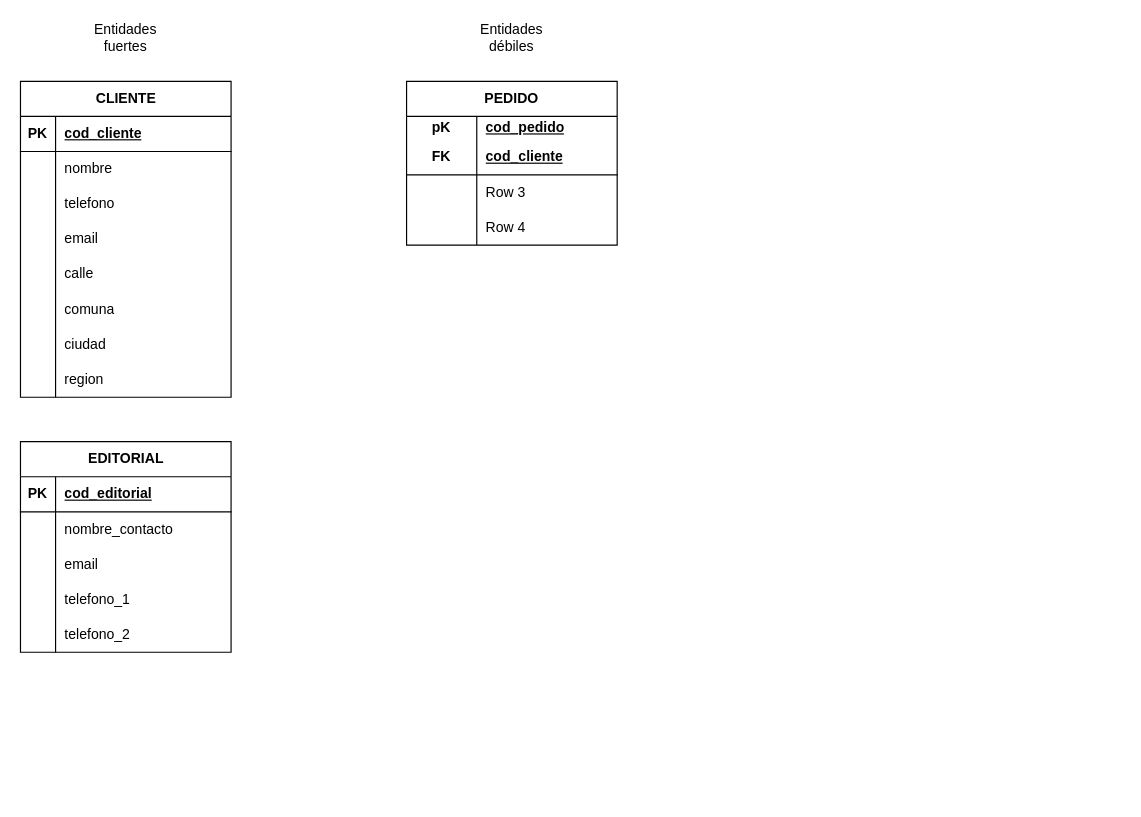
The draw.io diagram page "Modelo Lógico" (2 of 2) of ClubDelLibro.drawio in ivazquez-07/database-modeller-excersises, before the edit. Source tidied: cells renumbered, new cells numbered last; positions are measured from the earlier drawing's top-left corner, leaving out a move shared by most shapes. Both pictures are drawn from the tidied source at 117%, with x=0, y=0 at pixel (20, 20).
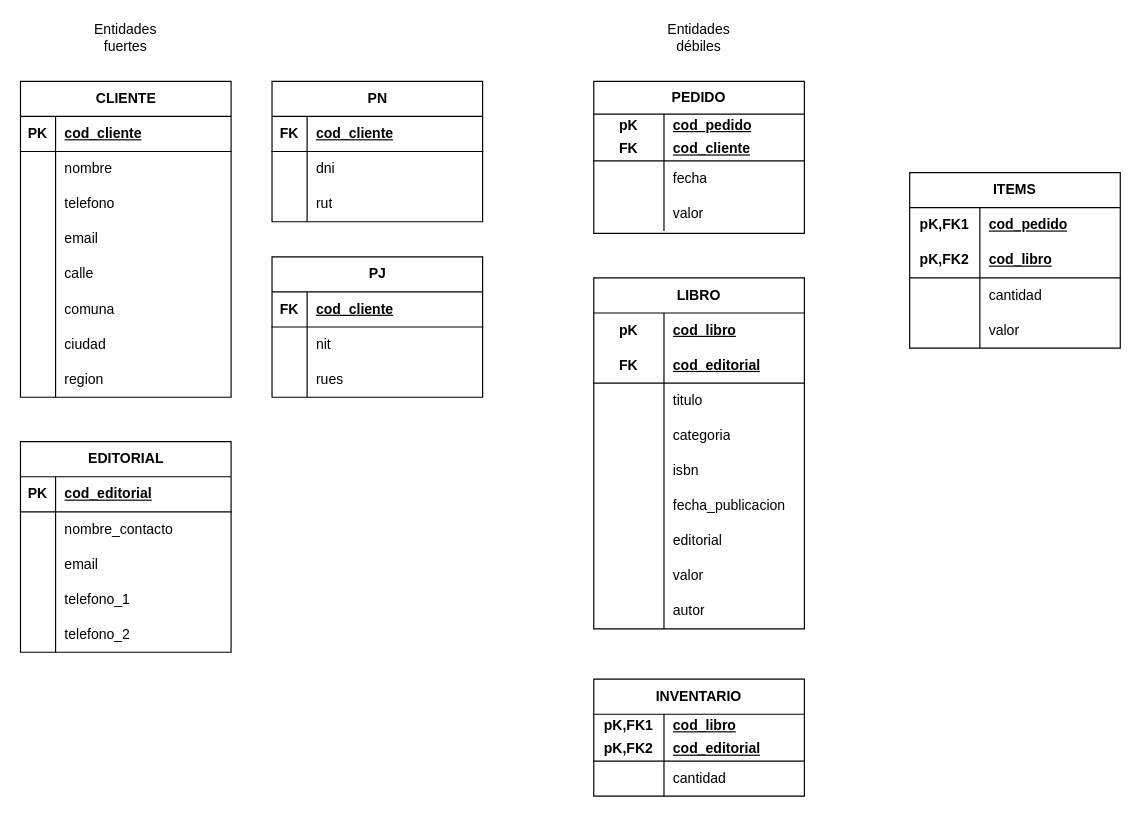
After the change.

The edit, as a diff of the source:
```diff
@@
-    <mxCell id="44" value="PEDIDO" style="shape=table;startSize=30;childLayout=tableLayout;rowLines=0;fontStyle=1;align=center;html=1;whiteSpace=wrap;" parent="1" vertex="1">
-      <mxGeometry x="330" y="52" width="180" height="140" as="geometry" />
+    <mxCell id="44" value="PEDIDO" style="shape=table;startSize=28;childLayout=tableLayout;rowLines=0;fontStyle=1;align=center;html=1;whiteSpace=wrap;" parent="1" vertex="1">
+      <mxGeometry x="490" y="52" width="180" height="130" as="geometry" />
     </mxCell>
     <mxCell id="45" style="shape=tableRow;horizontal=0;startSize=0;swimlaneHead=0;swimlaneBody=0;fillColor=none;top=0;left=0;right=0;bottom=0;html=1;" parent="44" vertex="1">
-      <mxGeometry y="30" width="180" height="20" as="geometry" />
+      <mxGeometry y="28" width="180" height="20" as="geometry" />
     </mxCell>
@@
     <mxCell id="48" style="shape=tableRow;horizontal=0;startSize=0;swimlaneHead=0;swimlaneBody=0;fillColor=none;top=0;left=0;right=0;bottom=1;html=1;" parent="44" vertex="1">
-      <mxGeometry y="50" width="180" height="30" as="geometry" />
+      <mxGeometry y="48" width="180" height="20" as="geometry" />
     </mxCell>
     <mxCell id="49" value="FK" style="shape=partialRectangle;fillColor=none;top=0;left=0;bottom=0;right=0;fontStyle=1;overflow=hidden;html=1;whiteSpace=wrap;" parent="48" vertex="1">
-      <mxGeometry width="60" height="30" as="geometry" />
+      <mxGeometry width="60" height="20" as="geometry" />
     </mxCell>
     <mxCell id="50" value="cod_cliente" style="shape=partialRectangle;fillColor=none;top=0;left=0;bottom=0;right=0;align=left;spacingLeft=6;fontStyle=5;overflow=hidden;html=1;whiteSpace=wrap;" parent="48" vertex="1">
-      <mxGeometry x="60" width="120" height="30" as="geometry" />
+      <mxGeometry x="60" width="120" height="20" as="geometry" />
     </mxCell>
     <mxCell id="51" style="shape=tableRow;horizontal=0;startSize=0;swimlaneHead=0;swimlaneBody=0;fillColor=none;top=0;left=0;right=0;bottom=0;html=1;" parent="44" vertex="1">
-      <mxGeometry y="80" width="180" height="30" as="geometry" />
+      <mxGeometry y="68" width="180" height="30" as="geometry" />
     </mxCell>
@@
-    <mxCell id="53" value="Row 3" style="shape=partialRectangle;fillColor=none;top=0;left=0;bottom=0;right=0;align=left;spacingLeft=6;overflow=hidden;html=1;whiteSpace=wrap;" parent="51" vertex="1">
+    <mxCell id="53" value="fecha" style="shape=partialRectangle;fillColor=none;top=0;left=0;bottom=0;right=0;align=left;spacingLeft=6;overflow=hidden;html=1;whiteSpace=wrap;" parent="51" vertex="1">
       <mxGeometry x="60" width="120" height="30" as="geometry" />
     </mxCell>
     <mxCell id="54" style="shape=tableRow;horizontal=0;startSize=0;swimlaneHead=0;swimlaneBody=0;fillColor=none;top=0;left=0;right=0;bottom=0;html=1;" parent="44" vertex="1">
-      <mxGeometry y="110" width="180" height="30" as="geometry" />
+      <mxGeometry y="98" width="180" height="30" as="geometry" />
     </mxCell>
@@
-    <mxCell id="56" value="Row 4" style="shape=partialRectangle;fillColor=none;top=0;left=0;bottom=0;right=0;align=left;spacingLeft=6;overflow=hidden;html=1;whiteSpace=wrap;" parent="54" vertex="1">
+    <mxCell id="56" value="valor" style="shape=partialRectangle;fillColor=none;top=0;left=0;bottom=0;right=0;align=left;spacingLeft=6;overflow=hidden;html=1;whiteSpace=wrap;" parent="54" vertex="1">
       <mxGeometry x="60" width="120" height="30" as="geometry" />
     </mxCell>
     <mxCell id="57" value="Entidades débiles" style="text;html=1;align=center;verticalAlign=middle;whiteSpace=wrap;rounded=0;" parent="1" vertex="1">
-      <mxGeometry x="390" width="60" height="30" as="geometry" />
+      <mxGeometry x="550" width="60" height="30" as="geometry" />
     </mxCell>
+    <mxCell id="58" value="LIBRO" style="shape=table;startSize=30;childLayout=tableLayout;rowLines=0;fontStyle=1;align=center;html=1;whiteSpace=wrap;" parent="1" vertex="1">
+      <mxGeometry x="490" y="220" width="180" height="300" as="geometry" />
+    </mxCell>
+    <mxCell id="59" style="shape=tableRow;horizontal=0;startSize=0;swimlaneHead=0;swimlaneBody=0;fillColor=none;top=0;left=0;right=0;bottom=0;html=1;" parent="58" vertex="1">
+      <mxGeometry y="30" width="180" height="30" as="geometry" />
+    </mxCell>
+    <mxCell id="60" value="pK" style="shape=partialRectangle;fillColor=none;top=0;left=0;bottom=0;right=0;fontStyle=1;overflow=hidden;html=1;whiteSpace=wrap;" parent="59" vertex="1">
+      <mxGeometry width="60" height="30" as="geometry" />
+    </mxCell>
+    <mxCell id="61" value="cod_libro" style="shape=partialRectangle;fillColor=none;top=0;left=0;bottom=0;right=0;align=left;spacingLeft=6;fontStyle=5;overflow=hidden;html=1;whiteSpace=wrap;" parent="59" vertex="1">
+      <mxGeometry x="60" width="120" height="30" as="geometry" />
+    </mxCell>
+    <mxCell id="62" style="shape=tableRow;horizontal=0;startSize=0;swimlaneHead=0;swimlaneBody=0;fillColor=none;top=0;left=0;right=0;bottom=1;html=1;" parent="58" vertex="1">
+      <mxGeometry y="60" width="180" height="30" as="geometry" />
+    </mxCell>
+    <mxCell id="63" value="FK" style="shape=partialRectangle;fillColor=none;top=0;left=0;bottom=0;right=0;fontStyle=1;overflow=hidden;html=1;whiteSpace=wrap;" parent="62" vertex="1">
+      <mxGeometry width="60" height="30" as="geometry" />
+    </mxCell>
+    <mxCell id="64" value="cod_editorial" style="shape=partialRectangle;fillColor=none;top=0;left=0;bottom=0;right=0;align=left;spacingLeft=6;fontStyle=5;overflow=hidden;html=1;whiteSpace=wrap;" parent="62" vertex="1">
+      <mxGeometry x="60" width="120" height="30" as="geometry" />
+    </mxCell>
+    <mxCell id="65" style="shape=tableRow;horizontal=0;startSize=0;swimlaneHead=0;swimlaneBody=0;fillColor=none;top=0;left=0;right=0;bottom=0;html=1;" parent="58" vertex="1">
+      <mxGeometry y="90" width="180" height="30" as="geometry" />
+    </mxCell>
+    <mxCell id="66" style="shape=partialRectangle;fillColor=none;top=0;left=0;bottom=0;right=0;overflow=hidden;html=1;whiteSpace=wrap;" parent="65" vertex="1">
+      <mxGeometry width="60" height="30" as="geometry" />
+    </mxCell>
+    <mxCell id="67" value="titulo" style="shape=partialRectangle;fillColor=none;top=0;left=0;bottom=0;right=0;align=left;spacingLeft=6;overflow=hidden;html=1;whiteSpace=wrap;" parent="65" vertex="1">
+      <mxGeometry x="60" width="120" height="30" as="geometry" />
+    </mxCell>
+    <mxCell id="68" style="shape=tableRow;horizontal=0;startSize=0;swimlaneHead=0;swimlaneBody=0;fillColor=none;top=0;left=0;right=0;bottom=0;html=1;" parent="58" vertex="1">
+      <mxGeometry y="120" width="180" height="30" as="geometry" />
+    </mxCell>
+    <mxCell id="69" style="shape=partialRectangle;fillColor=none;top=0;left=0;bottom=0;right=0;overflow=hidden;html=1;whiteSpace=wrap;" parent="68" vertex="1">
+      <mxGeometry width="60" height="30" as="geometry" />
+    </mxCell>
+    <mxCell id="70" value="categoria" style="shape=partialRectangle;fillColor=none;top=0;left=0;bottom=0;right=0;align=left;spacingLeft=6;overflow=hidden;html=1;whiteSpace=wrap;" parent="68" vertex="1">
+      <mxGeometry x="60" width="120" height="30" as="geometry" />
+    </mxCell>
+    <mxCell id="71" style="shape=tableRow;horizontal=0;startSize=0;swimlaneHead=0;swimlaneBody=0;fillColor=none;top=0;left=0;right=0;bottom=0;html=1;" parent="58" vertex="1">
+      <mxGeometry y="150" width="180" height="30" as="geometry" />
+    </mxCell>
+    <mxCell id="72" style="shape=partialRectangle;fillColor=none;top=0;left=0;bottom=0;right=0;overflow=hidden;html=1;whiteSpace=wrap;" parent="71" vertex="1">
+      <mxGeometry width="60" height="30" as="geometry" />
+    </mxCell>
+    <mxCell id="73" value="isbn" style="shape=partialRectangle;fillColor=none;top=0;left=0;bottom=0;right=0;align=left;spacingLeft=6;overflow=hidden;html=1;whiteSpace=wrap;" parent="71" vertex="1">
+      <mxGeometry x="60" width="120" height="30" as="geometry" />
+    </mxCell>
+    <mxCell id="74" style="shape=tableRow;horizontal=0;startSize=0;swimlaneHead=0;swimlaneBody=0;fillColor=none;top=0;left=0;right=0;bottom=0;html=1;" parent="58" vertex="1">
+      <mxGeometry y="180" width="180" height="30" as="geometry" />
+    </mxCell>
+    <mxCell id="75" style="shape=partialRectangle;fillColor=none;top=0;left=0;bottom=0;right=0;overflow=hidden;html=1;whiteSpace=wrap;" parent="74" vertex="1">
+      <mxGeometry width="60" height="30" as="geometry" />
+    </mxCell>
+    <mxCell id="76" value="fecha_publicacion" style="shape=partialRectangle;fillColor=none;top=0;left=0;bottom=0;right=0;align=left;spacingLeft=6;overflow=hidden;html=1;whiteSpace=wrap;" parent="74" vertex="1">
+      <mxGeometry x="60" width="120" height="30" as="geometry" />
+    </mxCell>
+    <mxCell id="77" style="shape=tableRow;horizontal=0;startSize=0;swimlaneHead=0;swimlaneBody=0;fillColor=none;top=0;left=0;right=0;bottom=0;html=1;" parent="58" vertex="1">
+      <mxGeometry y="210" width="180" height="30" as="geometry" />
+    </mxCell>
+    <mxCell id="78" style="shape=partialRectangle;fillColor=none;top=0;left=0;bottom=0;right=0;overflow=hidden;html=1;whiteSpace=wrap;" parent="77" vertex="1">
+      <mxGeometry width="60" height="30" as="geometry" />
+    </mxCell>
+    <mxCell id="79" value="editorial" style="shape=partialRectangle;fillColor=none;top=0;left=0;bottom=0;right=0;align=left;spacingLeft=6;overflow=hidden;html=1;whiteSpace=wrap;" parent="77" vertex="1">
+      <mxGeometry x="60" width="120" height="30" as="geometry" />
+    </mxCell>
+    <mxCell id="80" style="shape=tableRow;horizontal=0;startSize=0;swimlaneHead=0;swimlaneBody=0;fillColor=none;top=0;left=0;right=0;bottom=0;html=1;" parent="58" vertex="1">
+      <mxGeometry y="240" width="180" height="30" as="geometry" />
+    </mxCell>
+    <mxCell id="81" style="shape=partialRectangle;fillColor=none;top=0;left=0;bottom=0;right=0;overflow=hidden;html=1;whiteSpace=wrap;" parent="80" vertex="1">
+      <mxGeometry width="60" height="30" as="geometry" />
+    </mxCell>
+    <mxCell id="82" value="valor" style="shape=partialRectangle;fillColor=none;top=0;left=0;bottom=0;right=0;align=left;spacingLeft=6;overflow=hidden;html=1;whiteSpace=wrap;" parent="80" vertex="1">
+      <mxGeometry x="60" width="120" height="30" as="geometry" />
+    </mxCell>
+    <mxCell id="83" style="shape=tableRow;horizontal=0;startSize=0;swimlaneHead=0;swimlaneBody=0;fillColor=none;top=0;left=0;right=0;bottom=0;html=1;" parent="58" vertex="1">
+      <mxGeometry y="270" width="180" height="30" as="geometry" />
+    </mxCell>
+    <mxCell id="84" style="shape=partialRectangle;fillColor=none;top=0;left=0;bottom=0;right=0;overflow=hidden;html=1;whiteSpace=wrap;" parent="83" vertex="1">
+      <mxGeometry width="60" height="30" as="geometry" />
+    </mxCell>
+    <mxCell id="85" value="autor" style="shape=partialRectangle;fillColor=none;top=0;left=0;bottom=0;right=0;align=left;spacingLeft=6;overflow=hidden;html=1;whiteSpace=wrap;" parent="83" vertex="1">
+      <mxGeometry x="60" width="120" height="30" as="geometry" />
+    </mxCell>
+    <mxCell id="86" value="INVENTARIO" style="shape=table;startSize=30;childLayout=tableLayout;rowLines=0;fontStyle=1;align=center;html=1;whiteSpace=wrap;" parent="1" vertex="1">
+      <mxGeometry x="490" y="563" width="180" height="100" as="geometry" />
+    </mxCell>
+    <mxCell id="87" style="shape=tableRow;horizontal=0;startSize=0;swimlaneHead=0;swimlaneBody=0;fillColor=none;top=0;left=0;right=0;bottom=0;html=1;" parent="86" vertex="1">
+      <mxGeometry y="30" width="180" height="20" as="geometry" />
+    </mxCell>
+    <mxCell id="88" value="pK,FK1" style="shape=partialRectangle;fillColor=none;top=0;left=0;bottom=0;right=0;fontStyle=1;overflow=hidden;html=1;whiteSpace=wrap;" parent="87" vertex="1">
+      <mxGeometry width="60" height="20" as="geometry" />
+    </mxCell>
+    <mxCell id="89" value="cod_libro" style="shape=partialRectangle;fillColor=none;top=0;left=0;bottom=0;right=0;align=left;spacingLeft=6;fontStyle=5;overflow=hidden;html=1;whiteSpace=wrap;" parent="87" vertex="1">
+      <mxGeometry x="60" width="120" height="20" as="geometry" />
+    </mxCell>
+    <mxCell id="90" style="shape=tableRow;horizontal=0;startSize=0;swimlaneHead=0;swimlaneBody=0;fillColor=none;top=0;left=0;right=0;bottom=1;html=1;" parent="86" vertex="1">
+      <mxGeometry y="50" width="180" height="20" as="geometry" />
+    </mxCell>
+    <mxCell id="91" value="pK,FK2" style="shape=partialRectangle;fillColor=none;top=0;left=0;bottom=0;right=0;fontStyle=1;overflow=hidden;html=1;whiteSpace=wrap;" parent="90" vertex="1">
+      <mxGeometry width="60" height="20" as="geometry" />
+    </mxCell>
+    <mxCell id="92" value="cod_editorial" style="shape=partialRectangle;fillColor=none;top=0;left=0;bottom=0;right=0;align=left;spacingLeft=6;fontStyle=5;overflow=hidden;html=1;whiteSpace=wrap;" parent="90" vertex="1">
+      <mxGeometry x="60" width="120" height="20" as="geometry" />
+    </mxCell>
+    <mxCell id="93" style="shape=tableRow;horizontal=0;startSize=0;swimlaneHead=0;swimlaneBody=0;fillColor=none;top=0;left=0;right=0;bottom=0;html=1;" parent="86" vertex="1">
+      <mxGeometry y="70" width="180" height="30" as="geometry" />
+    </mxCell>
+    <mxCell id="94" style="shape=partialRectangle;fillColor=none;top=0;left=0;bottom=0;right=0;overflow=hidden;html=1;whiteSpace=wrap;" parent="93" vertex="1">
+      <mxGeometry width="60" height="30" as="geometry" />
+    </mxCell>
+    <mxCell id="95" value="cantidad" style="shape=partialRectangle;fillColor=none;top=0;left=0;bottom=0;right=0;align=left;spacingLeft=6;overflow=hidden;html=1;whiteSpace=wrap;" parent="93" vertex="1">
+      <mxGeometry x="60" width="120" height="30" as="geometry" />
+    </mxCell>
+    <mxCell id="96" value="ITEMS" style="shape=table;startSize=30;childLayout=tableLayout;rowLines=0;fontStyle=1;align=center;html=1;whiteSpace=wrap;" parent="1" vertex="1">
+      <mxGeometry x="760" y="130" width="180" height="150" as="geometry" />
+    </mxCell>
+    <mxCell id="97" style="shape=tableRow;horizontal=0;startSize=0;swimlaneHead=0;swimlaneBody=0;fillColor=none;top=0;left=0;right=0;bottom=0;html=1;" parent="96" vertex="1">
+      <mxGeometry y="30" width="180" height="30" as="geometry" />
+    </mxCell>
+    <mxCell id="98" value="pK,FK1" style="shape=partialRectangle;fillColor=none;top=0;left=0;bottom=0;right=0;fontStyle=1;overflow=hidden;html=1;whiteSpace=wrap;" parent="97" vertex="1">
+      <mxGeometry width="60" height="30" as="geometry" />
+    </mxCell>
+    <mxCell id="99" value="cod_pedido" style="shape=partialRectangle;fillColor=none;top=0;left=0;bottom=0;right=0;align=left;spacingLeft=6;fontStyle=5;overflow=hidden;html=1;whiteSpace=wrap;" parent="97" vertex="1">
+      <mxGeometry x="60" width="120" height="30" as="geometry" />
+    </mxCell>
+    <mxCell id="100" style="shape=tableRow;horizontal=0;startSize=0;swimlaneHead=0;swimlaneBody=0;fillColor=none;top=0;left=0;right=0;bottom=1;html=1;" parent="96" vertex="1">
+      <mxGeometry y="60" width="180" height="30" as="geometry" />
+    </mxCell>
+    <mxCell id="101" value="pK,FK2" style="shape=partialRectangle;fillColor=none;top=0;left=0;bottom=0;right=0;fontStyle=1;overflow=hidden;html=1;whiteSpace=wrap;" parent="100" vertex="1">
+      <mxGeometry width="60" height="30" as="geometry" />
+    </mxCell>
+    <mxCell id="102" value="cod_libro" style="shape=partialRectangle;fillColor=none;top=0;left=0;bottom=0;right=0;align=left;spacingLeft=6;fontStyle=5;overflow=hidden;html=1;whiteSpace=wrap;" parent="100" vertex="1">
+      <mxGeometry x="60" width="120" height="30" as="geometry" />
+    </mxCell>
+    <mxCell id="103" style="shape=tableRow;horizontal=0;startSize=0;swimlaneHead=0;swimlaneBody=0;fillColor=none;top=0;left=0;right=0;bottom=0;html=1;" parent="96" vertex="1">
+      <mxGeometry y="90" width="180" height="30" as="geometry" />
+    </mxCell>
+    <mxCell id="104" style="shape=partialRectangle;fillColor=none;top=0;left=0;bottom=0;right=0;overflow=hidden;html=1;whiteSpace=wrap;" parent="103" vertex="1">
+      <mxGeometry width="60" height="30" as="geometry" />
+    </mxCell>
+    <mxCell id="105" value="cantidad" style="shape=partialRectangle;fillColor=none;top=0;left=0;bottom=0;right=0;align=left;spacingLeft=6;overflow=hidden;html=1;whiteSpace=wrap;" parent="103" vertex="1">
+      <mxGeometry x="60" width="120" height="30" as="geometry" />
+    </mxCell>
+    <mxCell id="106" style="shape=tableRow;horizontal=0;startSize=0;swimlaneHead=0;swimlaneBody=0;fillColor=none;top=0;left=0;right=0;bottom=0;html=1;" parent="96" vertex="1">
+      <mxGeometry y="120" width="180" height="30" as="geometry" />
+    </mxCell>
+    <mxCell id="107" style="shape=partialRectangle;fillColor=none;top=0;left=0;bottom=0;right=0;overflow=hidden;html=1;whiteSpace=wrap;" parent="106" vertex="1">
+      <mxGeometry width="60" height="30" as="geometry" />
+    </mxCell>
+    <mxCell id="108" value="valor" style="shape=partialRectangle;fillColor=none;top=0;left=0;bottom=0;right=0;align=left;spacingLeft=6;overflow=hidden;html=1;whiteSpace=wrap;" parent="106" vertex="1">
+      <mxGeometry x="60" width="120" height="30" as="geometry" />
+    </mxCell>
+    <mxCell id="109" value="PN" style="shape=table;startSize=30;childLayout=tableLayout;rowLines=0;fontStyle=1;align=center;html=1;" parent="1" vertex="1">
+      <mxGeometry x="215" y="52" width="180" height="120" as="geometry" />
+    </mxCell>
+    <mxCell id="110" style="shape=tableRow;horizontal=0;startSize=0;swimlaneHead=0;swimlaneBody=0;fillColor=none;top=0;left=0;right=0;bottom=1;" parent="109" vertex="1">
+      <mxGeometry y="30" width="180" height="30" as="geometry" />
+    </mxCell>
+    <mxCell id="111" value="FK" style="shape=partialRectangle;fillColor=none;top=0;left=0;bottom=0;right=0;fontStyle=1;overflow=hidden;whiteSpace=wrap;html=1;" parent="110" vertex="1">
+      <mxGeometry width="30" height="30" as="geometry" />
+    </mxCell>
+    <mxCell id="112" value="cod_cliente" style="shape=partialRectangle;fillColor=none;top=0;left=0;bottom=0;right=0;align=left;spacingLeft=6;fontStyle=5;overflow=hidden;whiteSpace=wrap;html=1;" parent="110" vertex="1">
+      <mxGeometry x="30" width="150" height="30" as="geometry" />
+    </mxCell>
+    <mxCell id="113" style="shape=tableRow;horizontal=0;startSize=0;swimlaneHead=0;swimlaneBody=0;fillColor=none;top=0;left=0;right=0;bottom=0;" parent="109" vertex="1">
+      <mxGeometry y="60" width="180" height="30" as="geometry" />
+    </mxCell>
+    <mxCell id="114" style="shape=partialRectangle;fillColor=none;top=0;left=0;bottom=0;right=0;overflow=hidden;whiteSpace=wrap;html=1;" parent="113" vertex="1">
+      <mxGeometry width="30" height="30" as="geometry" />
+    </mxCell>
+    <mxCell id="115" value="dni" style="shape=partialRectangle;fillColor=none;top=0;left=0;bottom=0;right=0;align=left;spacingLeft=6;overflow=hidden;whiteSpace=wrap;html=1;" parent="113" vertex="1">
+      <mxGeometry x="30" width="150" height="30" as="geometry" />
+    </mxCell>
+    <mxCell id="116" style="shape=tableRow;horizontal=0;startSize=0;swimlaneHead=0;swimlaneBody=0;fillColor=none;top=0;left=0;right=0;bottom=0;" parent="109" vertex="1">
+      <mxGeometry y="90" width="180" height="30" as="geometry" />
+    </mxCell>
+    <mxCell id="117" style="shape=partialRectangle;fillColor=none;top=0;left=0;bottom=0;right=0;overflow=hidden;whiteSpace=wrap;html=1;" parent="116" vertex="1">
+      <mxGeometry width="30" height="30" as="geometry" />
+    </mxCell>
+    <mxCell id="118" value="rut" style="shape=partialRectangle;fillColor=none;top=0;left=0;bottom=0;right=0;align=left;spacingLeft=6;overflow=hidden;whiteSpace=wrap;html=1;" parent="116" vertex="1">
+      <mxGeometry x="30" width="150" height="30" as="geometry" />
+    </mxCell>
+    <mxCell id="119" value="PJ" style="shape=table;startSize=30;childLayout=tableLayout;rowLines=0;fontStyle=1;align=center;html=1;" parent="1" vertex="1">
+      <mxGeometry x="215" y="202" width="180" height="120" as="geometry" />
+    </mxCell>
+    <mxCell id="120" style="shape=tableRow;horizontal=0;startSize=0;swimlaneHead=0;swimlaneBody=0;fillColor=none;top=0;left=0;right=0;bottom=1;" parent="119" vertex="1">
+      <mxGeometry y="30" width="180" height="30" as="geometry" />
+    </mxCell>
+    <mxCell id="121" value="FK" style="shape=partialRectangle;fillColor=none;top=0;left=0;bottom=0;right=0;fontStyle=1;overflow=hidden;whiteSpace=wrap;html=1;" parent="120" vertex="1">
+      <mxGeometry width="30" height="30" as="geometry" />
+    </mxCell>
+    <mxCell id="122" value="cod_cliente" style="shape=partialRectangle;fillColor=none;top=0;left=0;bottom=0;right=0;align=left;spacingLeft=6;fontStyle=5;overflow=hidden;whiteSpace=wrap;html=1;" parent="120" vertex="1">
+      <mxGeometry x="30" width="150" height="30" as="geometry" />
+    </mxCell>
+    <mxCell id="123" style="shape=tableRow;horizontal=0;startSize=0;swimlaneHead=0;swimlaneBody=0;fillColor=none;top=0;left=0;right=0;bottom=0;" parent="119" vertex="1">
+      <mxGeometry y="60" width="180" height="30" as="geometry" />
+    </mxCell>
+    <mxCell id="124" style="shape=partialRectangle;fillColor=none;top=0;left=0;bottom=0;right=0;overflow=hidden;whiteSpace=wrap;html=1;" parent="123" vertex="1">
+      <mxGeometry width="30" height="30" as="geometry" />
+    </mxCell>
+    <mxCell id="125" value="nit" style="shape=partialRectangle;fillColor=none;top=0;left=0;bottom=0;right=0;align=left;spacingLeft=6;overflow=hidden;whiteSpace=wrap;html=1;" parent="123" vertex="1">
+      <mxGeometry x="30" width="150" height="30" as="geometry" />
+    </mxCell>
+    <mxCell id="126" style="shape=tableRow;horizontal=0;startSize=0;swimlaneHead=0;swimlaneBody=0;fillColor=none;top=0;left=0;right=0;bottom=0;" parent="119" vertex="1">
+      <mxGeometry y="90" width="180" height="30" as="geometry" />
+    </mxCell>
+    <mxCell id="127" style="shape=partialRectangle;fillColor=none;top=0;left=0;bottom=0;right=0;overflow=hidden;whiteSpace=wrap;html=1;" parent="126" vertex="1">
+      <mxGeometry width="30" height="30" as="geometry" />
+    </mxCell>
+    <mxCell id="128" value="rues" style="shape=partialRectangle;fillColor=none;top=0;left=0;bottom=0;right=0;align=left;spacingLeft=6;overflow=hidden;whiteSpace=wrap;html=1;" parent="126" vertex="1">
+      <mxGeometry x="30" width="150" height="30" as="geometry" />
+    </mxCell>
```
